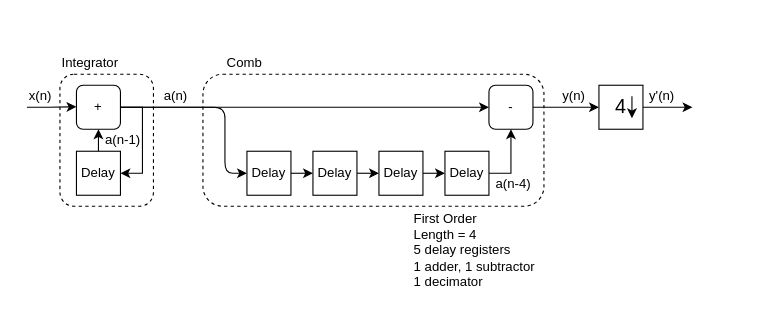
This is page "decimation_trivial" (6 of 9) of assets/pdm/moving_average_filters.drawio from tomverbeure/tomverbeure.github.io, a draw.io file, before an edit. Source tidied: cells renumbered, new cells numbered last; positions are measured from the earlier drawing's top-left corner, leaving out a move shared by most shapes. Both pictures are drawn from the tidied source at 110%, with x=0, y=0 at pixel (21, 52).
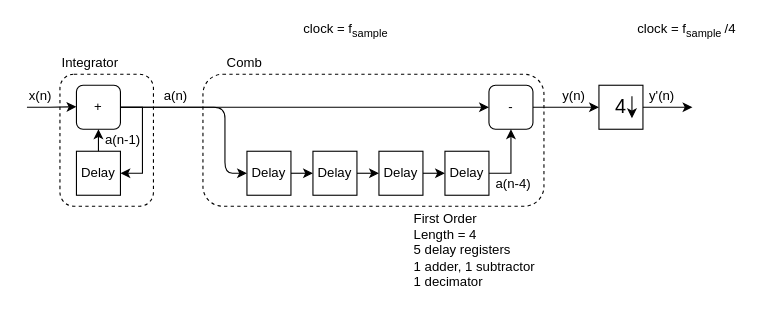
The same page after the edit.

What changed in the source:
```diff
@@
+    <mxCell id="34" value="clock = f&lt;sub&gt;sample&lt;/sub&gt;" style="text;html=1;strokeColor=none;fillColor=none;align=center;verticalAlign=middle;whiteSpace=wrap;rounded=0;" parent="1" vertex="1">
+      <mxGeometry x="235" y="-30" width="120" height="20" as="geometry" />
+    </mxCell>
+    <mxCell id="35" value="clock = f&lt;sub&gt;sample&amp;nbsp;&lt;/sub&gt;/4" style="text;html=1;strokeColor=none;fillColor=none;align=center;verticalAlign=middle;whiteSpace=wrap;rounded=0;" parent="1" vertex="1">
+      <mxGeometry x="545" y="-30" width="120" height="20" as="geometry" />
+    </mxCell>
```
